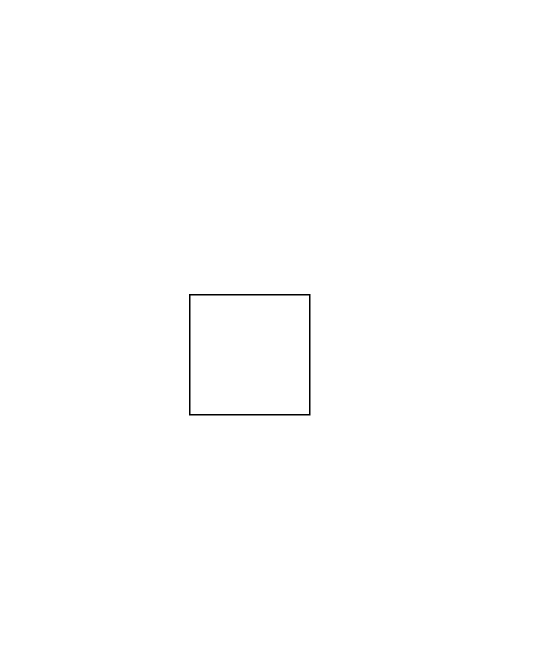
Before: diagram/gnl.drawio in DMA8/42_get_next_line, a draw.io diagram. Source tidied: cells renumbered, new cells numbered last; positions are measured from the earlier drawing's top-left corner, leaving out a move shared by most shapes. Both pictures are drawn from the tidied source at 150%, with x=0, y=0 at pixel (189, 294).
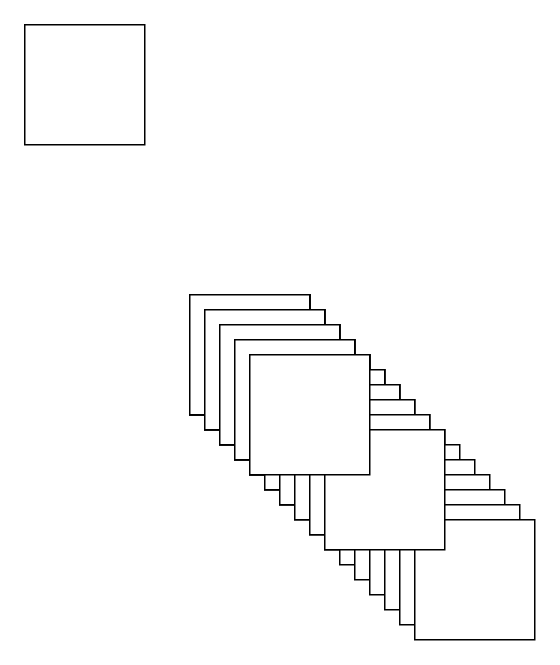
The same diagram, later.

The edit, as a diff of the source:
```diff
@@
+    <mxCell id="3" style="whiteSpace=wrap;html=1;" parent="1" vertex="1">
+      <mxGeometry x="-110" y="-180" width="80" height="80" as="geometry" />
+    </mxCell>
+    <mxCell id="4" style="whiteSpace=wrap;html=1;" parent="1" vertex="1">
+      <mxGeometry width="80" height="80" as="geometry" />
+    </mxCell>
+    <mxCell id="5" style="whiteSpace=wrap;html=1;" parent="1" vertex="1">
+      <mxGeometry x="10" y="10" width="80" height="80" as="geometry" />
+    </mxCell>
+    <mxCell id="6" style="whiteSpace=wrap;html=1;" parent="1" vertex="1">
+      <mxGeometry x="20" y="20" width="80" height="80" as="geometry" />
+    </mxCell>
+    <mxCell id="7" style="whiteSpace=wrap;html=1;" parent="1" vertex="1">
+      <mxGeometry x="30" y="30" width="80" height="80" as="geometry" />
+    </mxCell>
+    <mxCell id="8" style="whiteSpace=wrap;html=1;" parent="1" vertex="1">
+      <mxGeometry x="40" y="40" width="80" height="80" as="geometry" />
+    </mxCell>
+    <mxCell id="9" style="whiteSpace=wrap;html=1;" parent="1" vertex="1">
+      <mxGeometry x="50" y="50" width="80" height="80" as="geometry" />
+    </mxCell>
+    <mxCell id="10" style="whiteSpace=wrap;html=1;" parent="1" vertex="1">
+      <mxGeometry x="60" y="60" width="80" height="80" as="geometry" />
+    </mxCell>
+    <mxCell id="11" style="whiteSpace=wrap;html=1;" parent="1" vertex="1">
+      <mxGeometry x="70" y="70" width="80" height="80" as="geometry" />
+    </mxCell>
+    <mxCell id="12" style="whiteSpace=wrap;html=1;" parent="1" vertex="1">
+      <mxGeometry x="80" y="80" width="80" height="80" as="geometry" />
+    </mxCell>
+    <mxCell id="13" style="whiteSpace=wrap;html=1;" parent="1" vertex="1">
+      <mxGeometry x="90" y="90" width="80" height="80" as="geometry" />
+    </mxCell>
+    <mxCell id="14" style="whiteSpace=wrap;html=1;" parent="1" vertex="1">
+      <mxGeometry x="100" y="100" width="80" height="80" as="geometry" />
+    </mxCell>
+    <mxCell id="15" style="whiteSpace=wrap;html=1;" parent="1" vertex="1">
+      <mxGeometry x="110" y="110" width="80" height="80" as="geometry" />
+    </mxCell>
+    <mxCell id="16" style="whiteSpace=wrap;html=1;" parent="1" vertex="1">
+      <mxGeometry x="120" y="120" width="80" height="80" as="geometry" />
+    </mxCell>
+    <mxCell id="17" style="whiteSpace=wrap;html=1;" parent="1" vertex="1">
+      <mxGeometry x="130" y="130" width="80" height="80" as="geometry" />
+    </mxCell>
+    <mxCell id="18" style="whiteSpace=wrap;html=1;" parent="1" vertex="1">
+      <mxGeometry x="140" y="140" width="80" height="80" as="geometry" />
+    </mxCell>
+    <mxCell id="19" style="whiteSpace=wrap;html=1;" parent="1" vertex="1">
+      <mxGeometry x="150" y="150" width="80" height="80" as="geometry" />
+    </mxCell>
+    <mxCell id="20" style="whiteSpace=wrap;html=1;" parent="1" vertex="1">
+      <mxGeometry width="80" height="80" as="geometry" />
+    </mxCell>
+    <mxCell id="21" style="whiteSpace=wrap;html=1;" parent="1" vertex="1">
+      <mxGeometry x="10" y="10" width="80" height="80" as="geometry" />
+    </mxCell>
+    <mxCell id="22" style="whiteSpace=wrap;html=1;" parent="1" vertex="1">
+      <mxGeometry x="20" y="20" width="80" height="80" as="geometry" />
+    </mxCell>
+    <mxCell id="23" style="whiteSpace=wrap;html=1;" parent="1" vertex="1">
+      <mxGeometry x="30" y="30" width="80" height="80" as="geometry" />
+    </mxCell>
+    <mxCell id="24" style="whiteSpace=wrap;html=1;" parent="1" vertex="1">
+      <mxGeometry x="40" y="40" width="80" height="80" as="geometry" />
+    </mxCell>
+    <mxCell id="25" style="whiteSpace=wrap;html=1;" parent="1" vertex="1">
+      <mxGeometry x="50" y="50" width="80" height="80" as="geometry" />
+    </mxCell>
+    <mxCell id="26" style="whiteSpace=wrap;html=1;" parent="1" vertex="1">
+      <mxGeometry x="60" y="60" width="80" height="80" as="geometry" />
+    </mxCell>
+    <mxCell id="27" style="whiteSpace=wrap;html=1;" parent="1" vertex="1">
+      <mxGeometry width="80" height="80" as="geometry" />
+    </mxCell>
+    <mxCell id="28" style="whiteSpace=wrap;html=1;" parent="1" vertex="1">
+      <mxGeometry x="10" y="10" width="80" height="80" as="geometry" />
+    </mxCell>
+    <mxCell id="29" style="whiteSpace=wrap;html=1;" parent="1" vertex="1">
+      <mxGeometry x="20" y="20" width="80" height="80" as="geometry" />
+    </mxCell>
+    <mxCell id="30" style="whiteSpace=wrap;html=1;" parent="1" vertex="1">
+      <mxGeometry x="30" y="30" width="80" height="80" as="geometry" />
+    </mxCell>
+    <mxCell id="31" style="whiteSpace=wrap;html=1;" parent="1" vertex="1">
+      <mxGeometry x="40" y="40" width="80" height="80" as="geometry" />
+    </mxCell>
+    <mxCell id="32" style="whiteSpace=wrap;html=1;" parent="1" vertex="1">
+      <mxGeometry x="50" y="50" width="80" height="80" as="geometry" />
+    </mxCell>
+    <mxCell id="33" style="whiteSpace=wrap;html=1;" parent="1" vertex="1">
+      <mxGeometry x="60" y="60" width="80" height="80" as="geometry" />
+    </mxCell>
+    <mxCell id="34" style="whiteSpace=wrap;html=1;" parent="1" vertex="1">
+      <mxGeometry x="70" y="70" width="80" height="80" as="geometry" />
+    </mxCell>
+    <mxCell id="35" style="whiteSpace=wrap;html=1;" parent="1" vertex="1">
+      <mxGeometry x="80" y="80" width="80" height="80" as="geometry" />
+    </mxCell>
+    <mxCell id="36" style="whiteSpace=wrap;html=1;" parent="1" vertex="1">
+      <mxGeometry x="90" y="90" width="80" height="80" as="geometry" />
+    </mxCell>
+    <mxCell id="37" style="whiteSpace=wrap;html=1;" parent="1" vertex="1">
+      <mxGeometry width="80" height="80" as="geometry" />
+    </mxCell>
+    <mxCell id="38" style="whiteSpace=wrap;html=1;" parent="1" vertex="1">
+      <mxGeometry x="10" y="10" width="80" height="80" as="geometry" />
+    </mxCell>
+    <mxCell id="39" style="whiteSpace=wrap;html=1;" parent="1" vertex="1">
+      <mxGeometry x="20" y="20" width="80" height="80" as="geometry" />
+    </mxCell>
+    <mxCell id="40" style="whiteSpace=wrap;html=1;" parent="1" vertex="1">
+      <mxGeometry x="30" y="30" width="80" height="80" as="geometry" />
+    </mxCell>
+    <mxCell id="41" style="whiteSpace=wrap;html=1;" parent="1" vertex="1">
+      <mxGeometry x="40" y="40" width="80" height="80" as="geometry" />
+    </mxCell>
```
